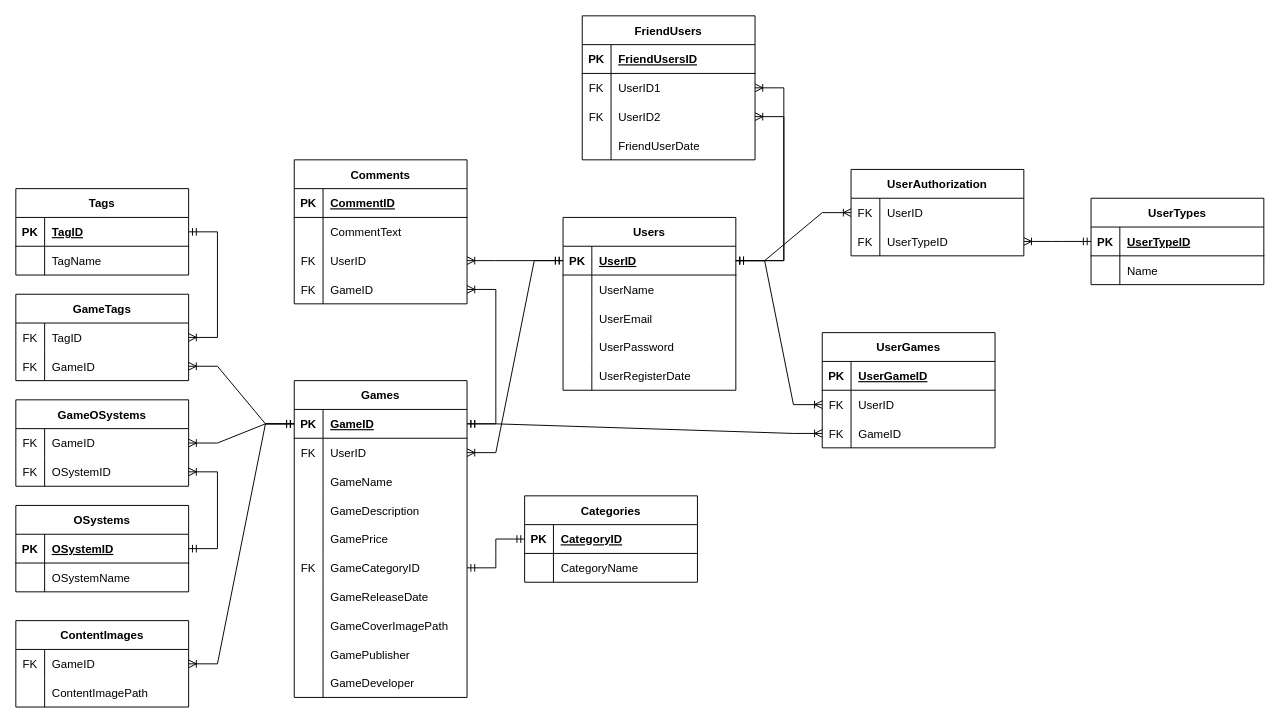
EmirLogas/GameStore keeps this draw.io diagram as GameStoreDB.drawio. Above is the earlier version. Source tidied: cells renumbered, new cells numbered last; positions are measured from the earlier drawing's top-left corner, leaving out a move shared by most shapes. Both pictures are drawn from the tidied source at 96%, with x=0, y=0 at pixel (15, 15).
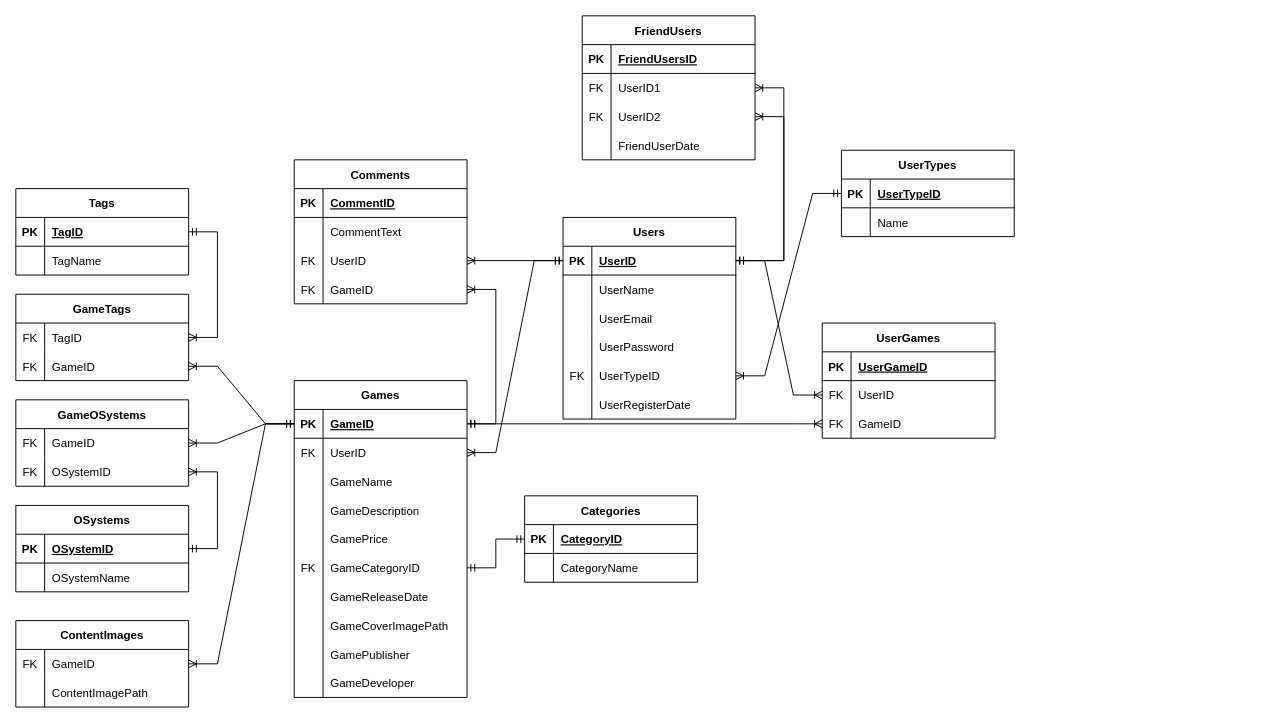
The same page after the edit.

Unchanged cells that the change refers to:
```xml
<mxCell id="41" style="shape=tableRow;horizontal=0;startSize=0;swimlaneHead=0;swimlaneBody=0;fillColor=none;points=[[0,0.5],[1,0.5]];portConstraint=eastwest;top=0;left=0;right=0;bottom=1;" parent="40" vertex="1">
  <mxGeometry y="30" width="180" height="30" as="geometry" />
</mxCell>
<mxCell id="53" style="shape=tableRow;horizontal=0;startSize=0;swimlaneHead=0;swimlaneBody=0;fillColor=none;points=[[0,0.5],[1,0.5]];portConstraint=eastwest;top=0;left=0;right=0;bottom=0;" parent="40" vertex="1">
  <mxGeometry y="150" width="180" height="30" as="geometry" />
</mxCell>
<mxCell id="57" style="shape=tableRow;horizontal=0;startSize=0;swimlaneHead=0;swimlaneBody=0;fillColor=none;points=[[0,0.5],[1,0.5]];portConstraint=eastwest;top=0;left=0;right=0;bottom=1;" parent="56" vertex="1">
  <mxGeometry y="30" width="180" height="30" as="geometry" />
</mxCell>
```

What changed in the source:
```diff
@@
     <mxCell id="40" value="Users" style="shape=table;startSize=30;childLayout=tableLayout;rowLines=0;fontStyle=1;align=center;" parent="1" vertex="1">
-      <mxGeometry x="570" y="210" width="180" height="180" as="geometry" />
+      <mxGeometry x="570" y="210" width="180" height="210" as="geometry" />
     </mxCell>
@@
-    <mxCell id="54" style="shape=partialRectangle;fillColor=none;top=0;left=0;bottom=0;right=0;overflow=hidden;" parent="53" vertex="1">
+    <mxCell id="54" value="FK" style="shape=partialRectangle;fillColor=none;top=0;left=0;bottom=0;right=0;overflow=hidden;" parent="53" vertex="1">
       <mxGeometry width="30" height="30" as="geometry" />
     </mxCell>
-    <mxCell id="55" value="UserRegisterDate" style="shape=partialRectangle;fillColor=none;top=0;left=0;bottom=0;right=0;align=left;spacingLeft=6;overflow=hidden;" parent="53" vertex="1">
+    <mxCell id="55" value="UserTypeID" style="shape=partialRectangle;fillColor=none;top=0;left=0;bottom=0;right=0;align=left;spacingLeft=6;overflow=hidden;" parent="53" vertex="1">
       <mxGeometry x="30" width="150" height="30" as="geometry" />
     </mxCell>
+    <mxCell id="156" style="shape=tableRow;horizontal=0;startSize=0;swimlaneHead=0;swimlaneBody=0;fillColor=none;top=0;left=0;right=0;bottom=0;" parent="40" vertex="1">
+      <mxGeometry y="180" width="180" height="30" as="geometry" />
+    </mxCell>
+    <mxCell id="157" style="shape=partialRectangle;fillColor=none;top=0;left=0;bottom=0;right=0;overflow=hidden;" parent="156" vertex="1">
+      <mxGeometry width="30" height="30" as="geometry" />
+    </mxCell>
+    <mxCell id="158" value="UserRegisterDate" style="shape=partialRectangle;fillColor=none;top=0;left=0;bottom=0;right=0;align=left;spacingLeft=6;overflow=hidden;" parent="156" vertex="1">
+      <mxGeometry x="30" width="150" height="30" as="geometry" />
+    </mxCell>
     <mxCell id="56" value="UserTypes" style="shape=table;startSize=30;childLayout=tableLayout;rowLines=0;fontStyle=1;align=center;" parent="1" vertex="1">
-      <mxGeometry x="1120" y="190" width="180" height="90" as="geometry" />
+      <mxGeometry x="860" y="140" width="180" height="90" as="geometry" />
     </mxCell>
@@
-    <mxCell id="63" value="UserAuthorization" style="shape=table;startSize=30;childLayout=tableLayout;rowLines=0;fontStyle=1;align=center;" parent="1" vertex="1">
-      <mxGeometry x="870" y="160" width="180" height="90" as="geometry" />
-    </mxCell>
-    <mxCell id="64" style="shape=tableRow;horizontal=0;startSize=0;swimlaneHead=0;swimlaneBody=0;fillColor=none;points=[[0,0.5],[1,0.5]];portConstraint=eastwest;top=0;left=0;right=0;bottom=0;" parent="63" vertex="1">
-      <mxGeometry y="30" width="180" height="30" as="geometry" />
-    </mxCell>
-    <mxCell id="65" value="FK" style="shape=partialRectangle;fillColor=none;top=0;left=0;bottom=0;right=0;overflow=hidden;" parent="64" vertex="1">
-      <mxGeometry width="30" height="30" as="geometry" />
-    </mxCell>
-    <mxCell id="66" value="UserID" style="shape=partialRectangle;fillColor=none;top=0;left=0;bottom=0;right=0;align=left;spacingLeft=6;overflow=hidden;" parent="64" vertex="1">
-      <mxGeometry x="30" width="150" height="30" as="geometry" />
-    </mxCell>
-    <mxCell id="67" style="shape=tableRow;horizontal=0;startSize=0;swimlaneHead=0;swimlaneBody=0;fillColor=none;points=[[0,0.5],[1,0.5]];portConstraint=eastwest;top=0;left=0;right=0;bottom=0;" parent="63" vertex="1">
-      <mxGeometry y="60" width="180" height="30" as="geometry" />
-    </mxCell>
-    <mxCell id="68" value="FK" style="shape=partialRectangle;fillColor=none;top=0;left=0;bottom=0;right=0;overflow=hidden;" parent="67" vertex="1">
-      <mxGeometry width="30" height="30" as="geometry" />
-    </mxCell>
-    <mxCell id="69" value="UserTypeID" style="shape=partialRectangle;fillColor=none;top=0;left=0;bottom=0;right=0;align=left;spacingLeft=6;overflow=hidden;" parent="67" vertex="1">
-      <mxGeometry x="30" width="150" height="30" as="geometry" />
-    </mxCell>
-    <mxCell id="70" style="edgeStyle=entityRelationEdgeStyle;fontSize=12;html=1;endArrow=ERoneToMany;startArrow=ERmandOne;rounded=0;" parent="1" edge="1" source="41" target="64">
-      <mxGeometry relative="1" as="geometry" />
-    </mxCell>
-    <mxCell id="71" style="edgeStyle=entityRelationEdgeStyle;fontSize=12;html=1;endArrow=ERoneToMany;startArrow=ERmandOne;rounded=0;" parent="1" edge="1" source="57" target="67">
-      <mxGeometry relative="1" as="geometry" />
-    </mxCell>
@@
     <mxCell id="146" value="UserGames" style="shape=table;startSize=30;childLayout=tableLayout;rowLines=0;fontStyle=1;align=center;" parent="1" vertex="1">
-      <mxGeometry x="840" y="330" width="180" height="120" as="geometry" />
+      <mxGeometry x="840" y="320" width="180" height="120" as="geometry" />
     </mxCell>
@@
+    <mxCell id="159" style="edgeStyle=entityRelationEdgeStyle;fontSize=12;html=1;endArrow=ERoneToMany;startArrow=ERmandOne;rounded=0;" parent="1" edge="1" source="57" target="53">
+      <mxGeometry relative="1" as="geometry" />
+    </mxCell>
```
